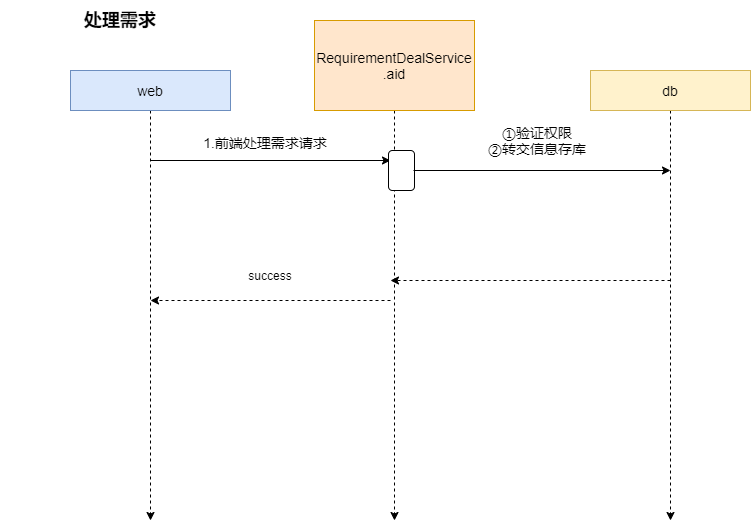
Earlier version of the draw.io export Company/Untitled deal.png (LePeitiPrince/note-picture). Source tidied: cells renumbered, new cells last; positions are measured from the earlier drawing's top-left corner, leaving out a move shared by most shapes.
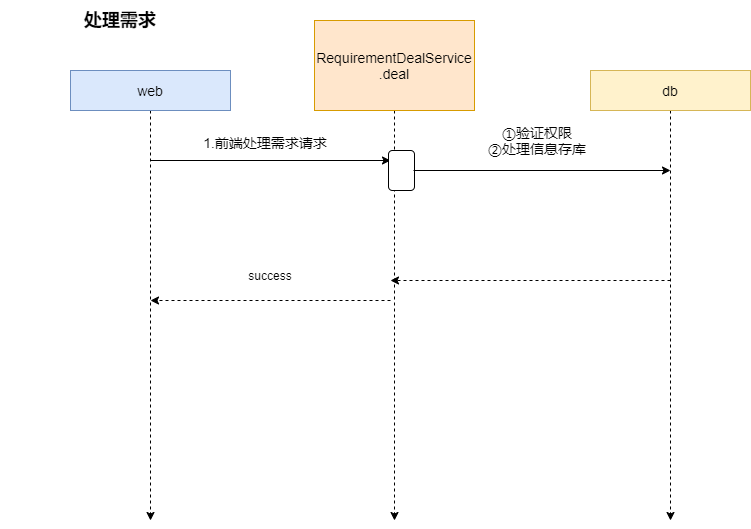
Later version of the same file.

What changed in the source:
```diff
@@ -15,7 +15,7 @@
         <mxPoint x="394" y="520" as="targetPoint" />
       </mxGeometry>
     </mxCell>
-    <mxCell id="5" value="RequirementDealService&lt;br&gt;.aid" style="rounded=0;whiteSpace=wrap;html=1;fontSize=14;fillColor=#ffe6cc;strokeColor=#d79b00;" parent="1" vertex="1">
+    <mxCell id="5" value="RequirementDealService&lt;br&gt;.deal" style="rounded=0;whiteSpace=wrap;html=1;fontSize=14;fillColor=#ffe6cc;strokeColor=#d79b00;" parent="1" vertex="1">
       <mxGeometry x="314" y="20" width="160" height="90" as="geometry" />
     </mxCell>
     <mxCell id="6" style="edgeStyle=orthogonalEdgeStyle;rounded=0;jettySize=auto;html=1;exitX=0.5;exitY=1;exitDx=0;exitDy=0;fontSize=14;dashed=1;" parent="1" edge="1" source="7">
@@ -44,7 +44,7 @@
         <mxPoint x="670" y="170" as="targetPoint" />
       </mxGeometry>
     </mxCell>
-    <mxCell id="12" value="①验证权限&lt;br style=&quot;font-size: 14px&quot;&gt;②转交信息存库" style="text;html=1;strokeColor=none;fillColor=none;align=center;verticalAlign=middle;whiteSpace=wrap;rounded=0;fontSize=14;" parent="1" vertex="1">
+    <mxCell id="12" value="①验证权限&lt;br style=&quot;font-size: 14px&quot;&gt;②处理信息存库" style="text;html=1;strokeColor=none;fillColor=none;align=center;verticalAlign=middle;whiteSpace=wrap;rounded=0;fontSize=14;" parent="1" vertex="1">
       <mxGeometry x="427" y="125" width="220" height="30" as="geometry" />
     </mxCell>
     <mxCell id="13" style="endArrow=classic;html=1;rounded=0;fontSize=12;dashed=1;" parent="1" edge="1">
```
